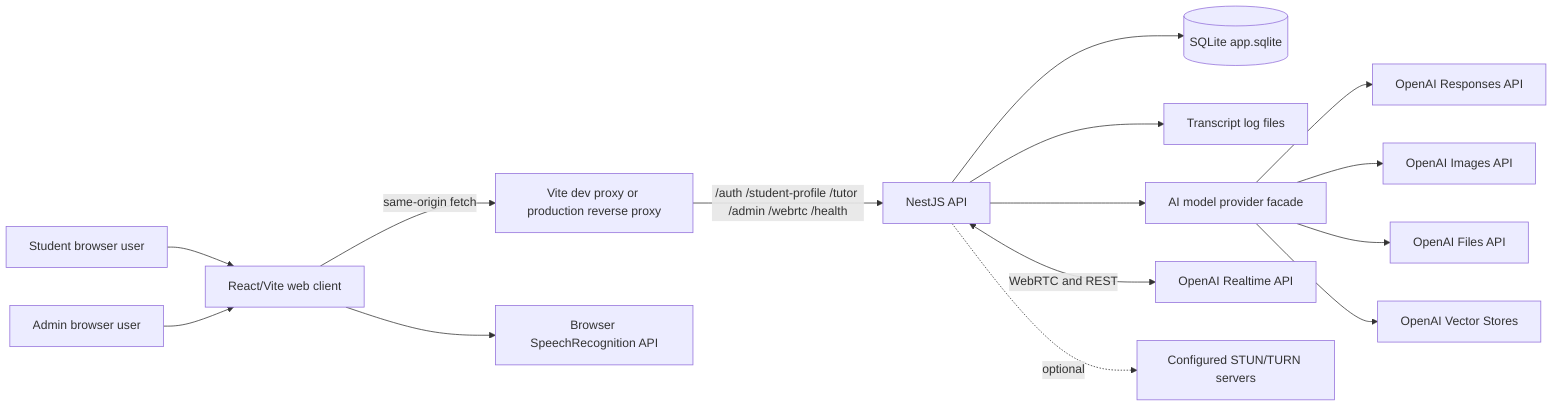
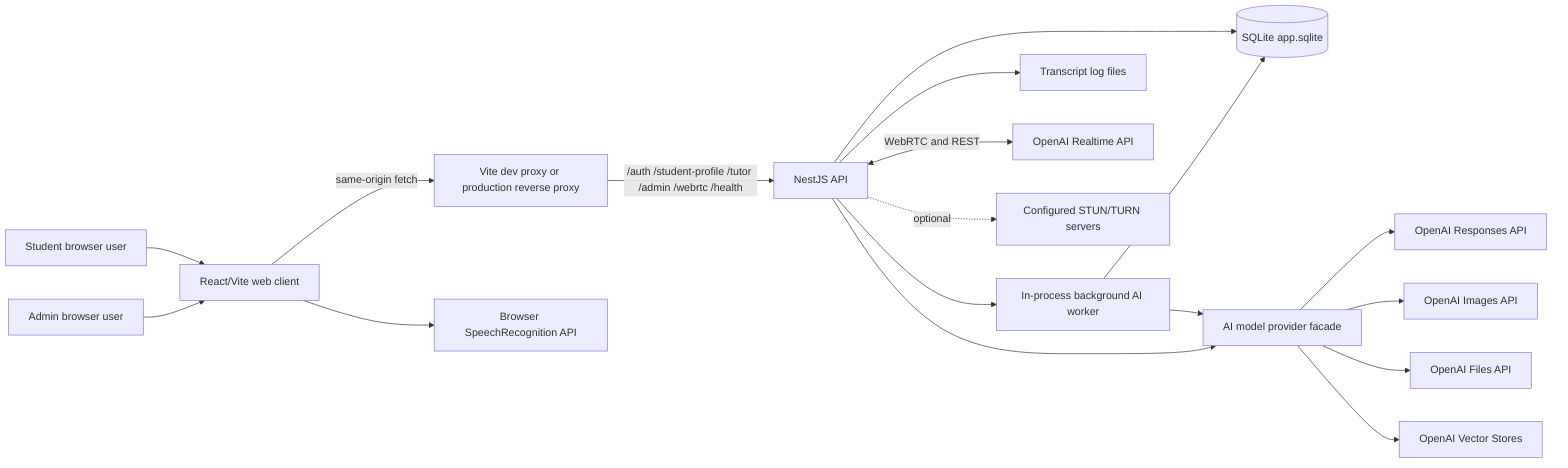
flowchart LR
  Student[Student browser user] --> Web[React/Vite web client]
  Admin[Admin browser user] --> Web
  Web -->|same-origin fetch| Proxy[Vite dev proxy or production reverse proxy]
  Proxy -->|/auth /student-profile /tutor /admin /webrtc /health| API[NestJS API]
  Web --> Speech[Browser SpeechRecognition API]
  API --> SQLite[(SQLite app.sqlite)]
+   API --> BackgroundJobs[In-process background AI worker]
+   BackgroundJobs --> SQLite
+   BackgroundJobs --> ModelProvider
  API --> TranscriptFiles[Transcript log files]
  API --> ModelProvider[AI model provider facade]
  ModelProvider --> OpenAIResponses[OpenAI Responses API]
  ModelProvider --> OpenAIImages[OpenAI Images API]
  ModelProvider --> OpenAIFiles[OpenAI Files API]
  ModelProvider --> OpenAIVectors[OpenAI Vector Stores]
  API <-->|WebRTC and REST| OpenAIRealtime[OpenAI Realtime API]
  API -. optional .-> STUN[Configured STUN/TURN servers]
